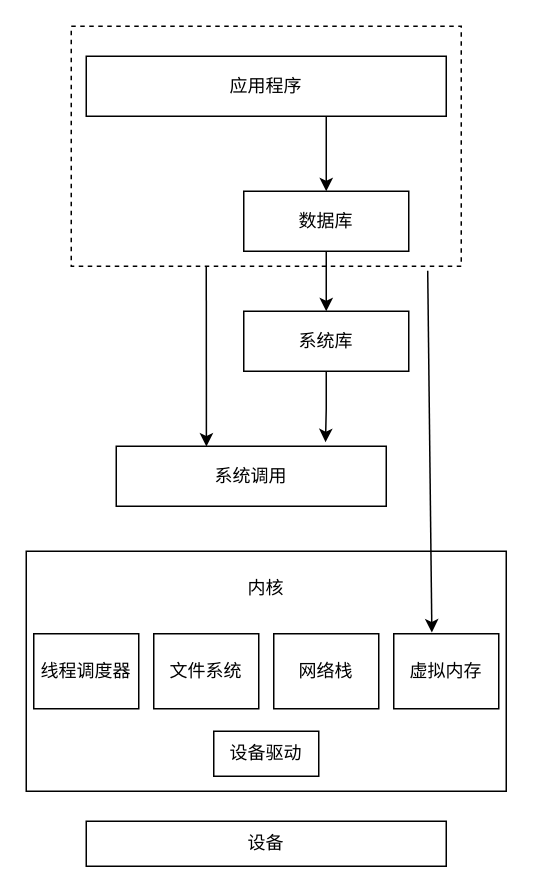
Earlier version of the draw.io diagram OS_basic.drawio (wehyy/my-world). Source tidied: cells renumbered, new cells numbered last; positions are measured from the earlier drawing's top-left corner, leaving out a move shared by most shapes. Both pictures are drawn from the tidied source at 150%, with x=0, y=0 at pixel (26, 26).
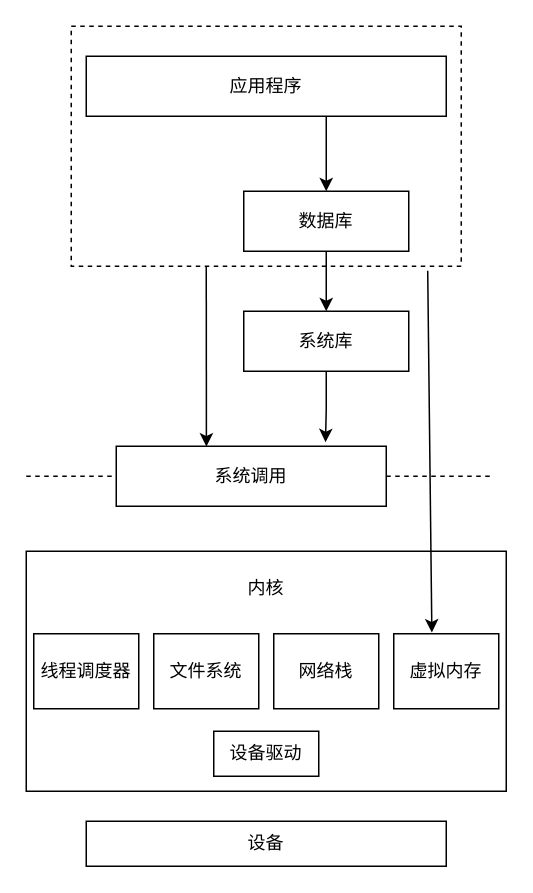
The same page after the edit.

Diff of the diagram source:
```diff
@@
+    <mxCell id="20" style="endArrow=none;dashed=1;html=1;rounded=0;fontFamily=Helvetica;fontSize=12;fontColor=default;" parent="1" edge="1">
+      <mxGeometry relative="1" as="geometry">
+        <mxPoint y="300" as="sourcePoint" />
+        <mxPoint x="310" y="300" as="targetPoint" />
+      </mxGeometry>
+    </mxCell>
```
